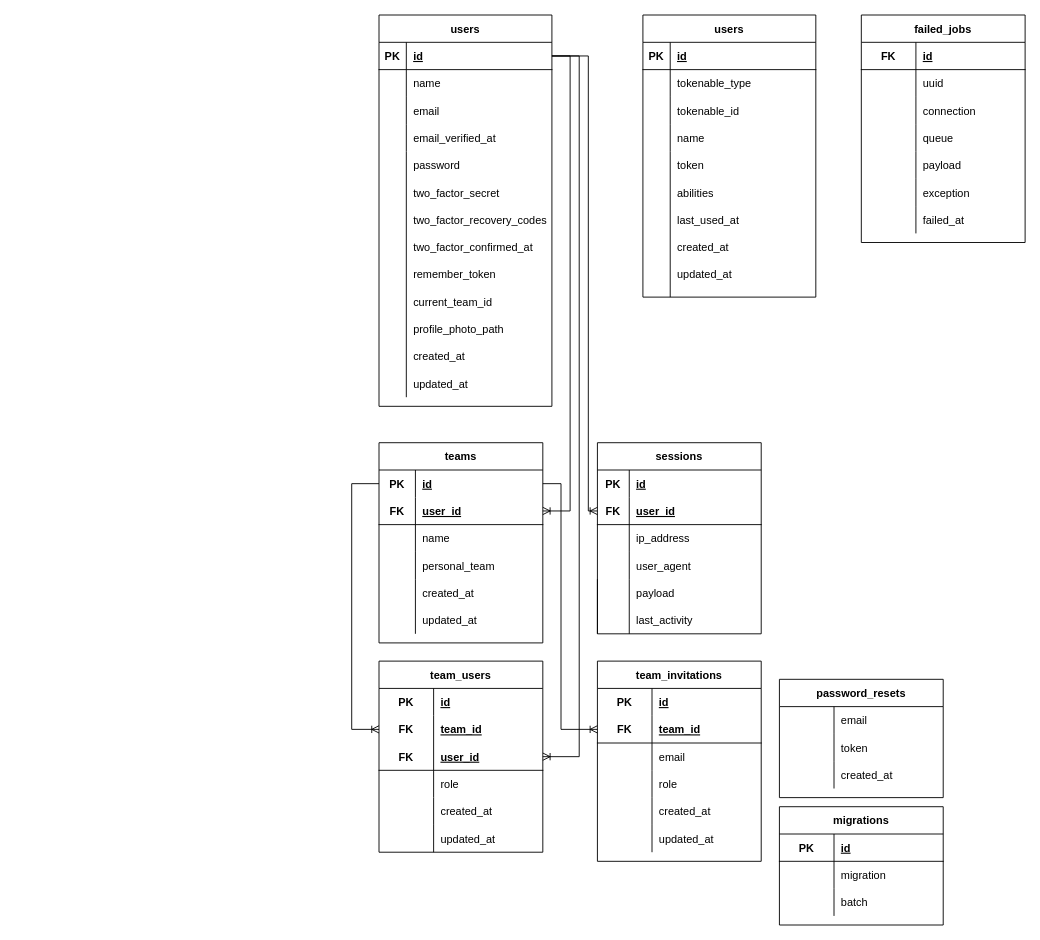
Above: BD_MEMLA.drawio in harlock/Diagramas (draw.io), before the change. Source tidied: cells renumbered, new cells numbered last; positions are measured from the earlier drawing's top-left corner, leaving out a move shared by most shapes. Both pictures are drawn from the tidied source at 91%, with x=0, y=0 at pixel (351, 15).
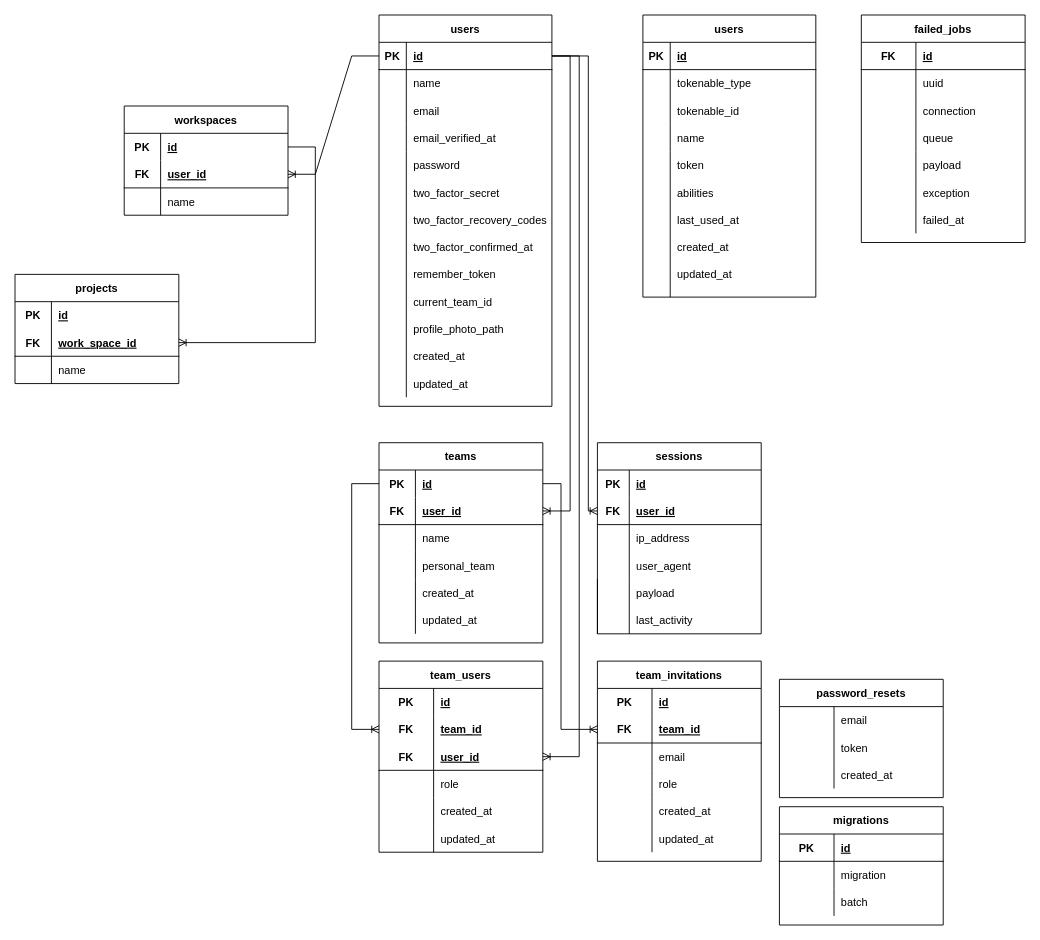
After the change.

Unchanged cells that the change refers to:
```xml
<mxCell id="3" style="shape=tableRow;horizontal=0;startSize=0;swimlaneHead=0;swimlaneBody=0;fillColor=none;points=[[0,0.5],[1,0.5]];portConstraint=eastwest;top=0;left=0;right=0;bottom=1;" parent="2" vertex="1">
  <mxGeometry y="30" width="190" height="30" as="geometry" />
</mxCell>
```

Change to the diagram source:
```diff
@@
+    <mxCell id="162" value="workspaces" style="shape=table;startSize=30;childLayout=tableLayout;rowLines=0;fontStyle=1;align=center;" parent="1" vertex="1">
+      <mxGeometry x="-250" y="100" width="180" height="120" as="geometry" />
+    </mxCell>
+    <mxCell id="163" style="shape=tableRow;horizontal=0;startSize=0;swimlaneHead=0;swimlaneBody=0;fillColor=none;points=[[0,0.5],[1,0.5]];portConstraint=eastwest;top=0;left=0;right=0;bottom=0;" parent="162" vertex="1">
+      <mxGeometry y="30" width="180" height="30" as="geometry" />
+    </mxCell>
+    <mxCell id="164" value="PK" style="shape=partialRectangle;fillColor=none;top=0;left=0;bottom=0;right=0;fontStyle=1;overflow=hidden;" parent="163" vertex="1">
+      <mxGeometry width="40" height="30" as="geometry" />
+    </mxCell>
+    <mxCell id="165" value="id" style="shape=partialRectangle;fillColor=none;top=0;left=0;bottom=0;right=0;align=left;spacingLeft=6;fontStyle=5;overflow=hidden;" parent="163" vertex="1">
+      <mxGeometry x="40" width="140" height="30" as="geometry" />
+    </mxCell>
+    <mxCell id="166" style="shape=tableRow;horizontal=0;startSize=0;swimlaneHead=0;swimlaneBody=0;fillColor=none;points=[[0,0.5],[1,0.5]];portConstraint=eastwest;top=0;left=0;right=0;bottom=1;" parent="162" vertex="1">
+      <mxGeometry y="60" width="180" height="30" as="geometry" />
+    </mxCell>
+    <mxCell id="167" value="FK" style="shape=partialRectangle;fillColor=none;top=0;left=0;bottom=0;right=0;fontStyle=1;overflow=hidden;" parent="166" vertex="1">
+      <mxGeometry width="40" height="30" as="geometry" />
+    </mxCell>
+    <mxCell id="168" value="user_id" style="shape=partialRectangle;fillColor=none;top=0;left=0;bottom=0;right=0;align=left;spacingLeft=6;fontStyle=5;overflow=hidden;" parent="166" vertex="1">
+      <mxGeometry x="40" width="140" height="30" as="geometry" />
+    </mxCell>
+    <mxCell id="169" style="shape=tableRow;horizontal=0;startSize=0;swimlaneHead=0;swimlaneBody=0;fillColor=none;top=0;left=0;right=0;bottom=0;" parent="162" vertex="1">
+      <mxGeometry y="90" width="180" height="30" as="geometry" />
+    </mxCell>
+    <mxCell id="170" style="shape=partialRectangle;fillColor=none;top=0;left=0;bottom=0;right=0;overflow=hidden;" parent="169" vertex="1">
+      <mxGeometry width="40" height="30" as="geometry" />
+    </mxCell>
+    <mxCell id="171" value="name" style="shape=partialRectangle;fillColor=none;top=0;left=0;bottom=0;right=0;align=left;spacingLeft=6;overflow=hidden;" parent="169" vertex="1">
+      <mxGeometry x="40" width="140" height="30" as="geometry" />
+    </mxCell>
+    <mxCell id="172" style="edgeStyle=entityRelationEdgeStyle;fontSize=12;html=1;endArrow=ERoneToMany;rounded=0;" parent="1" edge="1" source="3" target="166">
+      <mxGeometry relative="1" as="geometry" />
+    </mxCell>
+    <mxCell id="173" value="projects" style="shape=table;startSize=30;childLayout=tableLayout;rowLines=0;fontStyle=1;align=center;" parent="1" vertex="1">
+      <mxGeometry x="-370" y="285" width="180" height="120" as="geometry" />
+    </mxCell>
+    <mxCell id="174" style="shape=tableRow;horizontal=0;startSize=0;swimlaneHead=0;swimlaneBody=0;fillColor=none;top=0;left=0;right=0;bottom=0;" parent="173" vertex="1">
+      <mxGeometry y="30" width="180" height="30" as="geometry" />
+    </mxCell>
+    <mxCell id="175" value="PK" style="shape=partialRectangle;fillColor=none;top=0;left=0;bottom=0;right=0;fontStyle=1;overflow=hidden;" parent="174" vertex="1">
+      <mxGeometry width="40" height="30" as="geometry" />
+    </mxCell>
+    <mxCell id="176" value="id" style="shape=partialRectangle;fillColor=none;top=0;left=0;bottom=0;right=0;align=left;spacingLeft=6;fontStyle=5;overflow=hidden;" parent="174" vertex="1">
+      <mxGeometry x="40" width="140" height="30" as="geometry" />
+    </mxCell>
+    <mxCell id="177" style="shape=tableRow;horizontal=0;startSize=0;swimlaneHead=0;swimlaneBody=0;fillColor=none;points=[[0,0.5],[1,0.5]];portConstraint=eastwest;top=0;left=0;right=0;bottom=1;" parent="173" vertex="1">
+      <mxGeometry y="60" width="180" height="30" as="geometry" />
+    </mxCell>
+    <mxCell id="178" value="FK" style="shape=partialRectangle;fillColor=none;top=0;left=0;bottom=0;right=0;fontStyle=1;overflow=hidden;" parent="177" vertex="1">
+      <mxGeometry width="40" height="30" as="geometry" />
+    </mxCell>
+    <mxCell id="179" value="work_space_id" style="shape=partialRectangle;fillColor=none;top=0;left=0;bottom=0;right=0;align=left;spacingLeft=6;fontStyle=5;overflow=hidden;" parent="177" vertex="1">
+      <mxGeometry x="40" width="140" height="30" as="geometry" />
+    </mxCell>
+    <mxCell id="180" style="shape=tableRow;horizontal=0;startSize=0;swimlaneHead=0;swimlaneBody=0;fillColor=none;top=0;left=0;right=0;bottom=0;" parent="173" vertex="1">
+      <mxGeometry y="90" width="180" height="30" as="geometry" />
+    </mxCell>
+    <mxCell id="181" style="shape=partialRectangle;fillColor=none;top=0;left=0;bottom=0;right=0;overflow=hidden;" parent="180" vertex="1">
+      <mxGeometry width="40" height="30" as="geometry" />
+    </mxCell>
+    <mxCell id="182" value="name" style="shape=partialRectangle;fillColor=none;top=0;left=0;bottom=0;right=0;align=left;spacingLeft=6;overflow=hidden;" parent="180" vertex="1">
+      <mxGeometry x="40" width="140" height="30" as="geometry" />
+    </mxCell>
+    <mxCell id="183" style="edgeStyle=entityRelationEdgeStyle;fontSize=12;html=1;endArrow=ERoneToMany;rounded=0;" parent="1" edge="1" source="163" target="177">
+      <mxGeometry relative="1" as="geometry" />
+    </mxCell>
```
